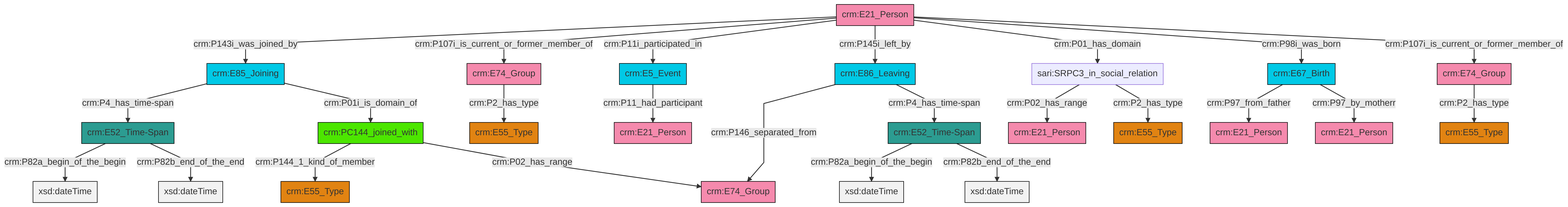
Earlier version of the Mermaid export et/personCSV/ttl/mmd/png/Person_Actor_Relations.png (swiss-art-research-net/docs.swissartresearch). Its source is kept beside it as et/personCSV/ttl/mmd/Person_Actor_Relations.ttl.mmd.
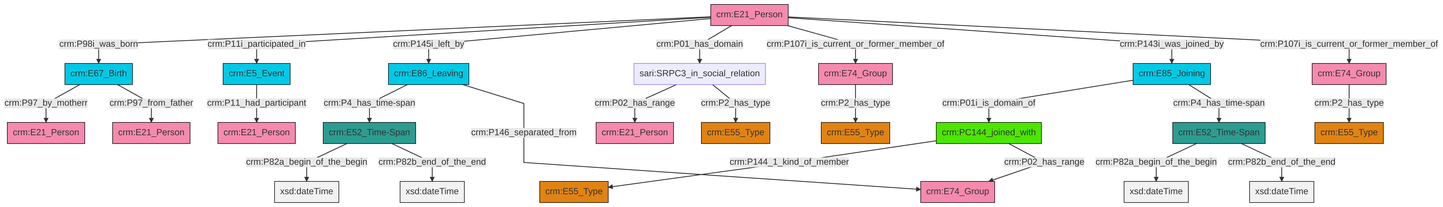
Later version of the same file.

Change to the diagram source:
```diff
@@ -13,27 +13,27 @@
 classDef PC_Classes fill:#4ce600, stroke:#000000;
 classDef Multi fill:#cccccc,stroke:#000000;
 
-2["sari:SRPC3_in_social_relation"]:::Default -->|crm:P02_has_range| 3["crm:E21_Person"]:::Actor
-4["crm:E21_Person"]:::Actor -->|crm:P143i_was_joined_by| 5["crm:E85_Joining"]:::Temporal_Entity
-6["crm:E74_Group"]:::Actor -->|crm:P2_has_type| 7["crm:E55_Type"]:::Type
-4["crm:E21_Person"]:::Actor -->|crm:P107i_is_current_or_former_member_of| 6["crm:E74_Group"]:::Actor
-4["crm:E21_Person"]:::Actor -->|crm:P11i_participated_in| 8["crm:E5_Event"]:::Temporal_Entity
-11["crm:E52_Time-Span"]:::Time-Span -->|crm:P82a_begin_of_the_begin| 12[xsd:dateTime]:::Literal
-9["crm:E52_Time-Span"]:::Time-Span -->|crm:P82a_begin_of_the_begin| 13[xsd:dateTime]:::Literal
-14["crm:PC144_joined_with"]:::PC_Classes -->|crm:P144_1_kind_of_member| 15["crm:E55_Type"]:::Type
-5["crm:E85_Joining"]:::Temporal_Entity -->|crm:P4_has_time-span| 9["crm:E52_Time-Span"]:::Time-Span
-4["crm:E21_Person"]:::Actor -->|crm:P145i_left_by| 16["crm:E86_Leaving"]:::Temporal_Entity
-11["crm:E52_Time-Span"]:::Time-Span -->|crm:P82b_end_of_the_end| 23[xsd:dateTime]:::Literal
-5["crm:E85_Joining"]:::Temporal_Entity -->|crm:P01i_is_domain_of| 14["crm:PC144_joined_with"]:::PC_Classes
-14["crm:PC144_joined_with"]:::PC_Classes -->|crm:P02_has_range| 25["crm:E74_Group"]:::Actor
-8["crm:E5_Event"]:::Temporal_Entity -->|crm:P11_had_participant| 20["crm:E21_Person"]:::Actor
-2["sari:SRPC3_in_social_relation"]:::Default -->|crm:P2_has_type| 27["crm:E55_Type"]:::Type
-16["crm:E86_Leaving"]:::Temporal_Entity -->|crm:P146_separated_from| 25["crm:E74_Group"]:::Actor
-17["crm:E67_Birth"]:::Temporal_Entity -->|crm:P97_from_father| 32["crm:E21_Person"]:::Actor
-4["crm:E21_Person"]:::Actor -->|crm:P01_has_domain| 2["sari:SRPC3_in_social_relation"]:::Default
-38["crm:E74_Group"]:::Actor -->|crm:P2_has_type| 29["crm:E55_Type"]:::Type
-17["crm:E67_Birth"]:::Temporal_Entity -->|crm:P97_by_motherr| 0["crm:E21_Person"]:::Actor
-9["crm:E52_Time-Span"]:::Time-Span -->|crm:P82b_end_of_the_end| 43[xsd:dateTime]:::Literal
-4["crm:E21_Person"]:::Actor -->|crm:P98i_was_born| 17["crm:E67_Birth"]:::Temporal_Entity
-4["crm:E21_Person"]:::Actor -->|crm:P107i_is_current_or_former_member_of| 38["crm:E74_Group"]:::Actor
-16["crm:E86_Leaving"]:::Temporal_Entity -->|crm:P4_has_time-span| 11["crm:E52_Time-Span"]:::Time-Span
+4["crm:E85_Joining"]:::Temporal_Entity -->|crm:P01i_is_domain_of| 2["crm:PC144_joined_with"]:::PC_Classes
+2["crm:PC144_joined_with"]:::PC_Classes -->|crm:P144_1_kind_of_member| 7["crm:E55_Type"]:::Type
+12["crm:E86_Leaving"]:::Temporal_Entity -->|crm:P4_has_time-span| 13["crm:E52_Time-Span"]:::Time-Span
+10["sari:SRPC3_in_social_relation"]:::Default -->|crm:P02_has_range| 8["crm:E21_Person"]:::Actor
+16["crm:E21_Person"]:::Actor -->|crm:P98i_was_born| 17["crm:E67_Birth"]:::Temporal_Entity
+16["crm:E21_Person"]:::Actor -->|crm:P11i_participated_in| 18["crm:E5_Event"]:::Temporal_Entity
+18["crm:E5_Event"]:::Temporal_Entity -->|crm:P11_had_participant| 5["crm:E21_Person"]:::Actor
+16["crm:E21_Person"]:::Actor -->|crm:P145i_left_by| 12["crm:E86_Leaving"]:::Temporal_Entity
+16["crm:E21_Person"]:::Actor -->|crm:P01_has_domain| 10["sari:SRPC3_in_social_relation"]:::Default
+2["crm:PC144_joined_with"]:::PC_Classes -->|crm:P02_has_range| 28["crm:E74_Group"]:::Actor
+16["crm:E21_Person"]:::Actor -->|crm:P107i_is_current_or_former_member_of| 29["crm:E74_Group"]:::Actor
+0["crm:E52_Time-Span"]:::Time-Span -->|crm:P82a_begin_of_the_begin| 31[xsd:dateTime]:::Literal
+29["crm:E74_Group"]:::Actor -->|crm:P2_has_type| 14["crm:E55_Type"]:::Type
+13["crm:E52_Time-Span"]:::Time-Span -->|crm:P82a_begin_of_the_begin| 32[xsd:dateTime]:::Literal
+26["crm:E74_Group"]:::Actor -->|crm:P2_has_type| 22["crm:E55_Type"]:::Type
+4["crm:E85_Joining"]:::Temporal_Entity -->|crm:P4_has_time-span| 0["crm:E52_Time-Span"]:::Time-Span
+17["crm:E67_Birth"]:::Temporal_Entity -->|crm:P97_by_motherr| 24["crm:E21_Person"]:::Actor
+16["crm:E21_Person"]:::Actor -->|crm:P143i_was_joined_by| 4["crm:E85_Joining"]:::Temporal_Entity
+13["crm:E52_Time-Span"]:::Time-Span -->|crm:P82b_end_of_the_end| 39[xsd:dateTime]:::Literal
+0["crm:E52_Time-Span"]:::Time-Span -->|crm:P82b_end_of_the_end| 40[xsd:dateTime]:::Literal
+16["crm:E21_Person"]:::Actor -->|crm:P107i_is_current_or_former_member_of| 26["crm:E74_Group"]:::Actor
+12["crm:E86_Leaving"]:::Temporal_Entity -->|crm:P146_separated_from| 28["crm:E74_Group"]:::Actor
+10["sari:SRPC3_in_social_relation"]:::Default -->|crm:P2_has_type| 42["crm:E55_Type"]:::Type
+17["crm:E67_Birth"]:::Temporal_Entity -->|crm:P97_from_father| 20["crm:E21_Person"]:::Actor
```
